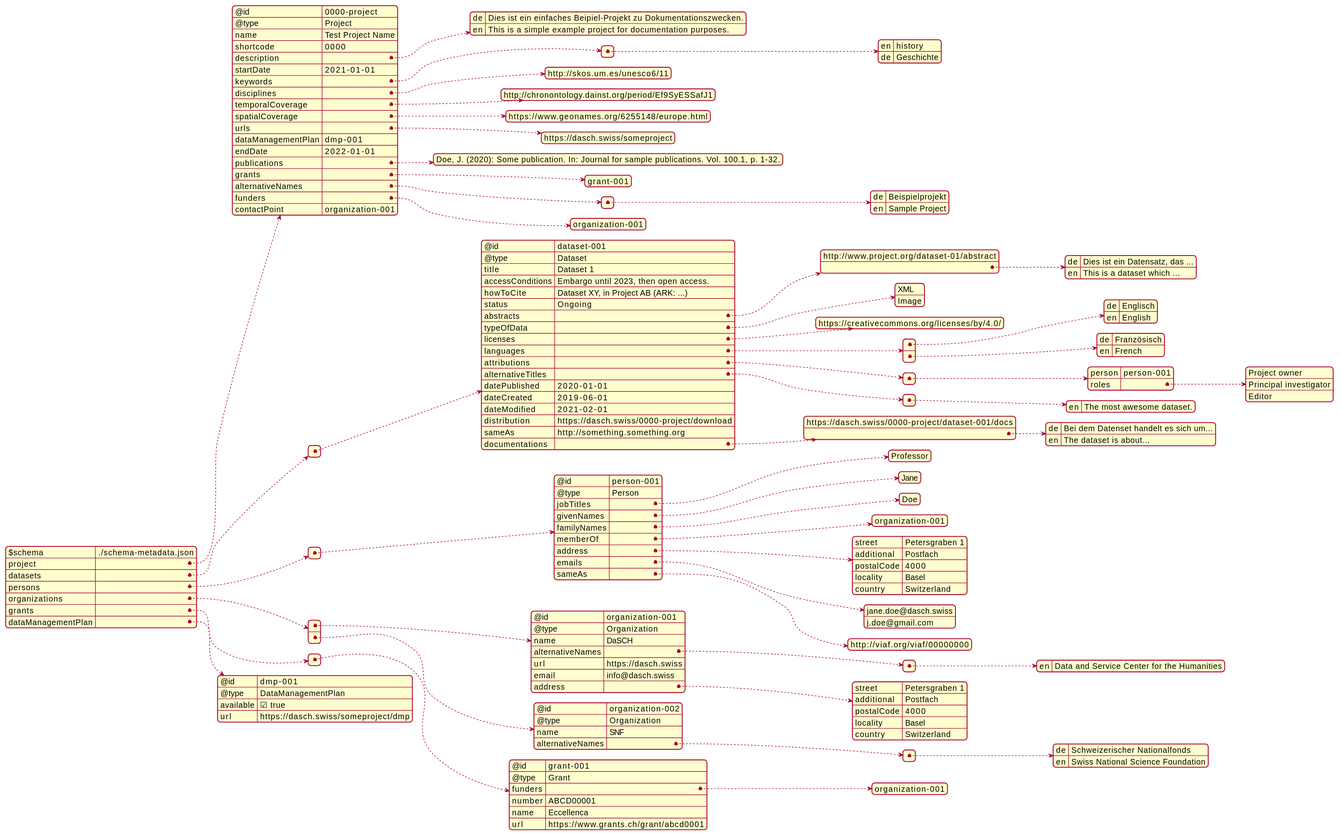
The PlantUML diagram docs/services/metadata/api-example.svg in dasch-swiss/dasch-service-platform, before a commit.
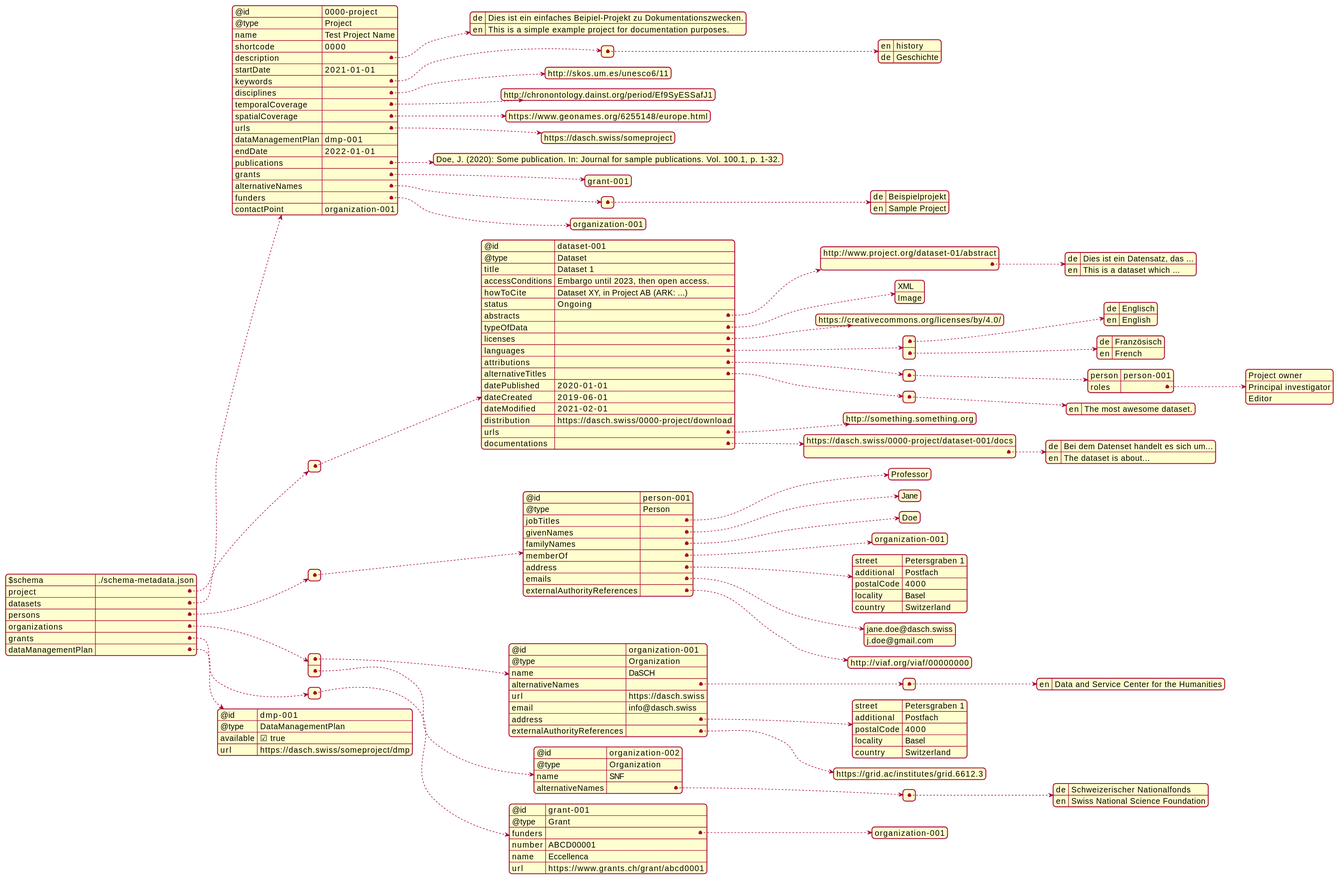
After the commit.

Commit message:
docs(metadata): rework sameAs etc.

Diff of the diagram source:
```diff
@@ -100,7 +100,9 @@
       "dateCreated": "2019-06-01",
       "dateModified": "2021-02-01",
       "distribution": "https://dasch.swiss/0000-project/download",
-      "sameAs": "http://something.something.org",
+      "urls": [
+        "http://something.something.org"
+      ],
       "documentations": [
         "https://dasch.swiss/0000-project/dataset-001/docs",
         {
@@ -137,7 +139,7 @@
         "jane.doe@dasch.swiss",
         "j.doe@gmail.com"
       ],
-      "sameAs": [
+      "externalAuthorityReferences": [
         "http://viaf.org/viaf/00000000"
       ]
     }
@@ -160,7 +162,10 @@
         "postalCode": "4000",
         "locality": "Basel",
         "country": "Switzerland"
-      }
+      },
+      "externalAuthorityReferences": [
+        "https://grid.ac/institutes/grid.6612.3"
+      ]
     },
     {
       "@id": "organization-002",
```
